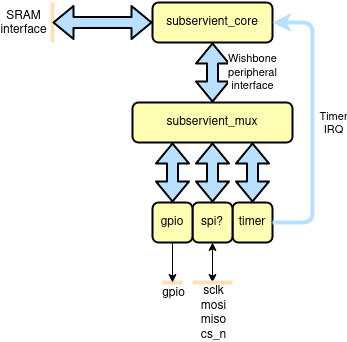
Before: doc/subservient.png, a diagram exported from draw.io (olofk/subservient). Source tidied: cells renumbered, new cells last; positions are measured from the earlier drawing's top-left corner, leaving out a move shared by most shapes.
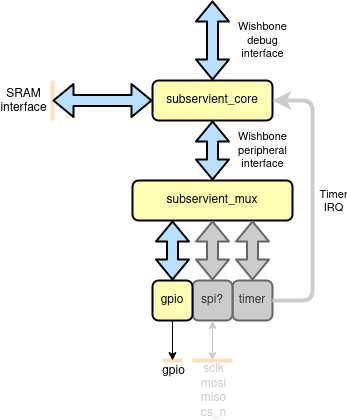
The same diagram one commit later.

Change to the diagram source:
```diff
@@ -16,7 +16,7 @@
         <mxPoint x="-30" y="10" as="offset" />
       </mxGeometry>
     </mxCell>
-    <mxCell id="5" value="&lt;div&gt;sclk&lt;/div&gt;&lt;div&gt;mosi&lt;/div&gt;&lt;div&gt;miso&lt;/div&gt;&lt;div&gt;cs_n&lt;br&gt;&lt;/div&gt;" style="text;html=1;align=center;verticalAlign=middle;labelBackgroundColor=#ffffff;fontFamily=Helvetica;" parent="3" vertex="1">
+    <mxCell id="5" value="&lt;div&gt;sclk&lt;/div&gt;&lt;div&gt;mosi&lt;/div&gt;&lt;div&gt;miso&lt;/div&gt;&lt;div&gt;cs_n&lt;br&gt;&lt;/div&gt;" style="text;html=1;align=center;verticalAlign=middle;labelBackgroundColor=#ffffff;fontFamily=Helvetica;fontColor=#CCCCCC;" parent="3" vertex="1">
       <mxGeometry x="-0.48" relative="1" as="geometry">
         <mxPoint x="160" y="300" as="offset" />
       </mxGeometry>
@@ -26,10 +26,10 @@
         <mxPoint x="120" y="280" as="offset" />
       </mxGeometry>
     </mxCell>
-    <mxCell id="7" value="timer" style="rounded=1;whiteSpace=wrap;html=1;fillColor=#FFFFb4;strokeWidth=2;fontFamily=Helvetica;" parent="1" vertex="1">
+    <mxCell id="7" value="timer" style="rounded=1;whiteSpace=wrap;html=1;strokeWidth=2;fontFamily=Helvetica;strokeColor=#666666;fontColor=#333333;fillColor=#CCCCCC;" parent="1" vertex="1">
       <mxGeometry x="180" y="200" width="40" height="40" as="geometry" />
     </mxCell>
-    <mxCell id="8" value="spi?" style="rounded=1;whiteSpace=wrap;html=1;fillColor=#FFFFb4;strokeWidth=2;fontFamily=Helvetica;" parent="1" vertex="1">
+    <mxCell id="8" value="spi?" style="rounded=1;whiteSpace=wrap;html=1;strokeWidth=2;fontFamily=Helvetica;strokeColor=#666666;fontColor=#333333;fillColor=#CCCCCC;" parent="1" vertex="1">
       <mxGeometry x="140" y="200" width="40" height="40" as="geometry" />
     </mxCell>
     <mxCell id="9" style="shape=flexArrow;endArrow=classic;html=1;strokeColor=#000000;strokeWidth=2;fontFamily=Helvetica;fillColor=#b9e0FF;startArrow=block;exitX=0;exitY=0.5;exitDx=0;exitDy=0;" parent="1" edge="1" source="2">
@@ -44,9 +44,9 @@
       </mxGeometry>
     </mxCell>
     <mxCell id="11" value="&lt;div&gt;Wishbone&lt;/div&gt;&lt;div&gt;peripheral&lt;/div&gt;&lt;div&gt;interface&lt;/div&gt;" style="shape=flexArrow;endArrow=classic;html=1;strokeColor=#000000;strokeWidth=2;fontFamily=Helvetica;fillColor=#b9e0FF;exitX=0.5;exitY=1;exitDx=0;exitDy=0;startArrow=block;entryX=0.5;entryY=0;entryDx=0;entryDy=0;" parent="1" edge="1" source="2" target="16">
-      <mxGeometry y="40" relative="1" as="geometry" />
+      <mxGeometry y="50" relative="1" as="geometry" />
     </mxCell>
-    <mxCell id="12" style="endArrow=classic;html=1;strokeWidth=4;strokeColor=#B9E0FF;entryX=1;entryY=0.5;entryDx=0;entryDy=0;exitX=1;exitY=0.5;exitDx=0;exitDy=0;" parent="1" edge="1" source="7" target="2">
+    <mxCell id="12" style="endArrow=classic;html=1;strokeWidth=4;entryX=1;entryY=0.5;entryDx=0;entryDy=0;exitX=1;exitY=0.5;exitDx=0;exitDy=0;fontColor=#CCCCCC;strokeColor=#CCCCCC;" parent="1" edge="1" source="7" target="2">
       <mxGeometry relative="1" as="geometry">
         <Array as="points">
           <mxPoint x="260" y="220" />
@@ -73,15 +73,15 @@
     <mxCell id="17" style="shape=flexArrow;endArrow=classic;html=1;strokeColor=#000000;strokeWidth=2;fontFamily=Helvetica;fillColor=#b9e0FF;startArrow=block;exitX=0.25;exitY=1;exitDx=0;exitDy=0;entryX=0.5;entryY=0;entryDx=0;entryDy=0;" parent="1" edge="1" source="16" target="15">
       <mxGeometry relative="1" as="geometry" />
     </mxCell>
-    <mxCell id="18" style="shape=flexArrow;endArrow=classic;html=1;strokeColor=#000000;strokeWidth=2;fontFamily=Helvetica;fillColor=#b9e0FF;startArrow=block;exitX=0.5;exitY=1;exitDx=0;exitDy=0;" parent="1" edge="1" source="16">
+    <mxCell id="18" style="shape=flexArrow;endArrow=classic;html=1;strokeColor=#666666;strokeWidth=2;fontFamily=Helvetica;startArrow=block;exitX=0.5;exitY=1;exitDx=0;exitDy=0;fillColor=#CCCCCC;" parent="1" edge="1" source="16">
       <mxGeometry relative="1" as="geometry">
         <mxPoint x="160" y="200" as="targetPoint" />
       </mxGeometry>
     </mxCell>
-    <mxCell id="19" style="shape=flexArrow;endArrow=classic;html=1;strokeColor=#000000;strokeWidth=2;fontFamily=Helvetica;fillColor=#b9e0FF;startArrow=block;exitX=0.75;exitY=1;exitDx=0;exitDy=0;entryX=0.5;entryY=0;entryDx=0;entryDy=0;" parent="1" edge="1" source="16" target="7">
+    <mxCell id="19" style="shape=flexArrow;endArrow=classic;html=1;strokeColor=#666666;strokeWidth=2;fontFamily=Helvetica;startArrow=block;exitX=0.75;exitY=1;exitDx=0;exitDy=0;entryX=0.5;entryY=0;entryDx=0;entryDy=0;fillColor=#CCCCCC;" parent="1" edge="1" source="16" target="7">
       <mxGeometry relative="1" as="geometry" />
     </mxCell>
-    <mxCell id="20" style="edgeStyle=orthogonalEdgeStyle;rounded=0;jettySize=auto;html=1;exitX=0.5;exitY=1;exitDx=0;exitDy=0;startArrow=classic;startFill=1;" parent="1" edge="1" source="8">
+    <mxCell id="20" style="edgeStyle=orthogonalEdgeStyle;rounded=0;jettySize=auto;html=1;exitX=0.5;exitY=1;exitDx=0;exitDy=0;startArrow=classic;startFill=1;strokeColor=#CCCCCC;" parent="1" edge="1" source="8">
       <mxGeometry relative="1" as="geometry">
         <mxPoint x="160" y="280" as="targetPoint" />
       </mxGeometry>
@@ -92,5 +92,10 @@
         <mxPoint x="180" y="280" as="targetPoint" />
       </mxGeometry>
     </mxCell>
+    <mxCell id="22" value="&lt;div&gt;Wishbone&lt;/div&gt;&lt;div&gt;debug&lt;/div&gt;&lt;div&gt;interface&lt;br&gt;&lt;/div&gt;" style="shape=flexArrow;endArrow=classic;html=1;strokeColor=#000000;strokeWidth=2;fontFamily=Helvetica;fillColor=#b9e0FF;startArrow=block;entryX=0.5;entryY=0;entryDx=0;entryDy=0;" parent="1" edge="1" target="2">
+      <mxGeometry y="50" relative="1" as="geometry">
+        <mxPoint x="160" y="-80" as="sourcePoint" />
+      </mxGeometry>
+    </mxCell>
   </root>
 </mxGraphModel>
```
